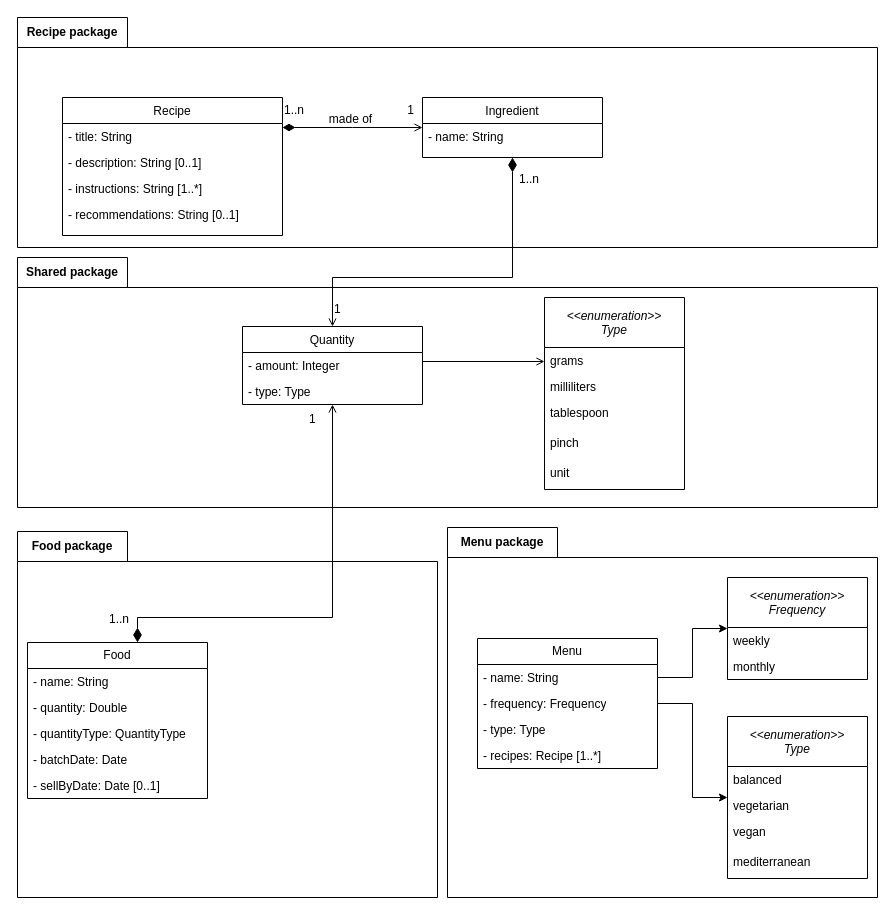
This is doc/domain-model-design.drawio from jantoniomartinfdez/chefficient, a draw.io file, before an edit. Source tidied: cells renumbered, new cells numbered last; positions are measured from the earlier drawing's top-left corner, leaving out a move shared by most shapes. Both pictures are drawn from the tidied source at 100%, with x=0, y=0 at pixel (17, 17).
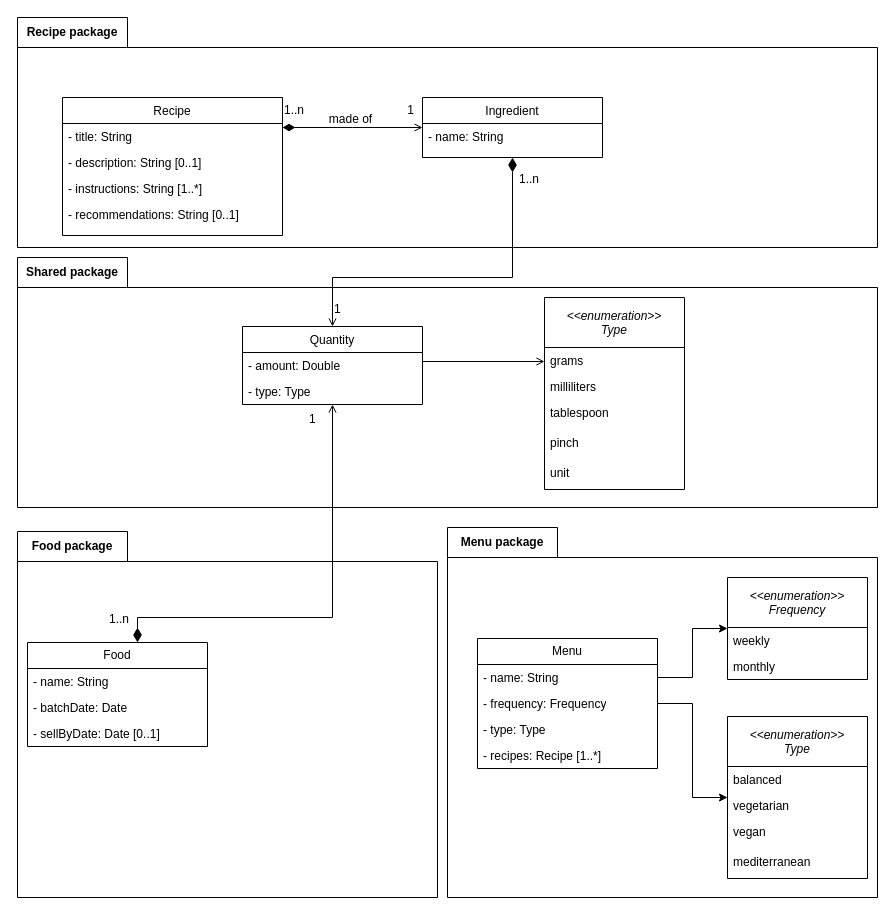
Above is the later version.

Commit message:
Adjusting QuantityType in the design

Unchanged cells that the change refers to:
```xml
<mxCell id="15" value="Food package" style="shape=folder;fontStyle=1;tabWidth=110;tabHeight=30;tabPosition=left;html=1;boundedLbl=1;labelInHeader=1;whiteSpace=wrap;" parent="1" vertex="1">
  <mxGeometry y="514" width="420" height="366" as="geometry" />
</mxCell>
<mxCell id="40" value="Quantity" style="swimlane;fontStyle=0;align=center;verticalAlign=top;horizontal=1;startSize=26;rounded=0;shadow=0;strokeWidth=1;" parent="39" vertex="1">
  <mxGeometry x="225" y="69" width="180" height="78" as="geometry" />
</mxCell>
```

Diff of the diagram source:
```diff
@@
     <mxCell id="16" value="Food" style="swimlane;fontStyle=0;horizontal=1;startSize=26;fillColor=none;whiteSpace=wrap;html=1;" parent="15" vertex="1">
-      <mxGeometry x="10" y="111" width="180" height="156" as="geometry" />
+      <mxGeometry x="10" y="111" width="180" height="104" as="geometry" />
     </mxCell>
@@
-    <mxCell id="18" value="- quantity: Double" style="text;strokeColor=none;fillColor=none;align=left;verticalAlign=top;spacingLeft=4;spacingRight=4;overflow=hidden;whiteSpace=wrap;html=1;" parent="16" vertex="1">
-      <mxGeometry y="52" width="180" height="26" as="geometry" />
-    </mxCell>
-    <mxCell id="19" value="- quantityType: QuantityType" style="text;strokeColor=none;fillColor=none;align=left;verticalAlign=top;spacingLeft=4;spacingRight=4;overflow=hidden;whiteSpace=wrap;html=1;" parent="16" vertex="1">
-      <mxGeometry y="78" width="180" height="26" as="geometry" />
-    </mxCell>
     <mxCell id="20" value="- batchDate: Date" style="text;strokeColor=none;fillColor=none;align=left;verticalAlign=top;spacingLeft=4;spacingRight=4;overflow=hidden;whiteSpace=wrap;html=1;" parent="16" vertex="1">
-      <mxGeometry y="104" width="180" height="26" as="geometry" />
+      <mxGeometry y="52" width="180" height="26" as="geometry" />
     </mxCell>
     <mxCell id="21" value="- sellByDate: Date [0..1]" style="text;strokeColor=none;fillColor=none;align=left;verticalAlign=top;spacingLeft=4;spacingRight=4;overflow=hidden;whiteSpace=wrap;html=1;" parent="16" vertex="1">
-      <mxGeometry y="130" width="180" height="26" as="geometry" />
+      <mxGeometry y="78" width="180" height="26" as="geometry" />
     </mxCell>
@@
-    <mxCell id="41" value="- amount: Integer" style="text;align=left;verticalAlign=top;spacingLeft=4;spacingRight=4;overflow=hidden;points=[[0,0.5],[1,0.5]];portConstraint=eastwest;rounded=0;shadow=0;html=0;" parent="40" vertex="1">
+    <mxCell id="41" value="- amount: Double" style="text;align=left;verticalAlign=top;spacingLeft=4;spacingRight=4;overflow=hidden;points=[[0,0.5],[1,0.5]];portConstraint=eastwest;rounded=0;shadow=0;html=0;" parent="40" vertex="1">
       <mxGeometry y="26" width="180" height="26" as="geometry" />
     </mxCell>
```
